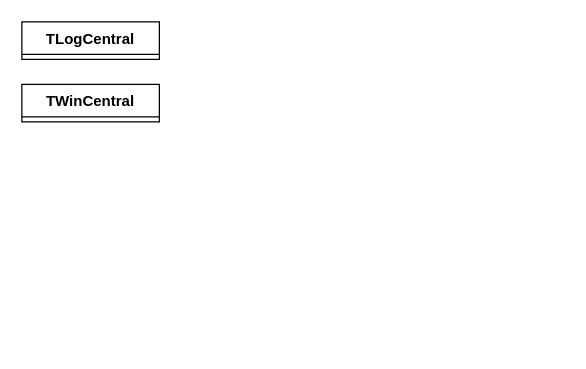
The draw.io diagram 클래스 다이어그램.drawio in dj-kai/diagram, before the edit. Source tidied: cells renumbered, new cells numbered last; positions are measured from the earlier drawing's top-left corner, leaving out a move shared by most shapes. Both pictures are drawn from the tidied source at 125%, with x=0, y=0 at pixel (21, 21).
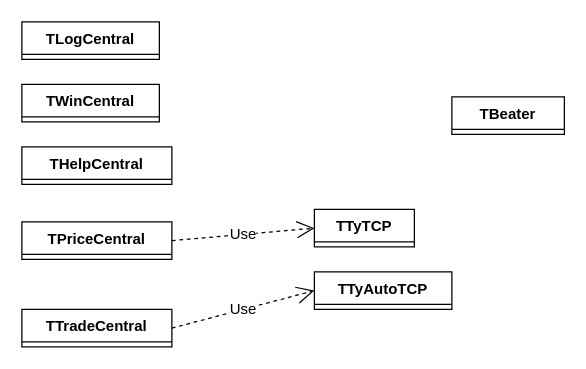
After the change.

Commit message (it also covers changes not shown here):
클래스 다이어그램.drawio 업데이트

Change to the diagram source:
```diff
@@
 <mxGraphModel>
   <root>
     <mxCell id="0" />
     <mxCell id="1" parent="0" />
     <mxCell id="2" value="TLogCentral" style="swimlane;fontStyle=1;align=center;verticalAlign=top;horizontal=1;startSize=26;strokeColor=default;fontFamily=Helvetica;fontSize=12;fontColor=default;fillColor=default;" parent="1" vertex="1" collapsed="1">
       <mxGeometry width="110" height="30" as="geometry" />
     </mxCell>
     <mxCell id="3" value="TWinCentral" style="swimlane;fontStyle=1;align=center;verticalAlign=top;horizontal=1;startSize=26;strokeColor=default;fontFamily=Helvetica;fontSize=12;fontColor=default;fillColor=default;" parent="1" vertex="1" collapsed="1">
       <mxGeometry y="50" width="110" height="30" as="geometry" />
     </mxCell>
+    <mxCell id="4" value="THelpCentral" style="swimlane;fontStyle=1;align=center;verticalAlign=top;horizontal=1;startSize=26;strokeColor=default;fontFamily=Helvetica;fontSize=12;fontColor=default;fillColor=default;" parent="1" vertex="1" collapsed="1">
+      <mxGeometry y="100" width="120" height="30" as="geometry" />
+    </mxCell>
+    <mxCell id="5" value="TPriceCentral" style="swimlane;fontStyle=1;align=center;verticalAlign=top;horizontal=1;startSize=26;strokeColor=default;fontFamily=Helvetica;fontSize=12;fontColor=default;fillColor=default;" parent="1" vertex="1" collapsed="1">
+      <mxGeometry y="160" width="120" height="30" as="geometry" />
+    </mxCell>
+    <mxCell id="6" value="TBeater" style="swimlane;fontStyle=1;align=center;verticalAlign=top;horizontal=1;startSize=26;strokeColor=default;fontFamily=Helvetica;fontSize=12;fontColor=default;fillColor=default;" parent="1" vertex="1" collapsed="1">
+      <mxGeometry x="344" y="60" width="90" height="30" as="geometry" />
+    </mxCell>
+    <mxCell id="7" value="TTradeCentral" style="swimlane;fontStyle=1;align=center;verticalAlign=top;horizontal=1;startSize=26;strokeColor=default;fontFamily=Helvetica;fontSize=12;fontColor=default;fillColor=default;" parent="1" vertex="1" collapsed="1">
+      <mxGeometry y="230" width="120" height="30" as="geometry" />
+    </mxCell>
+    <mxCell id="8" value="TTyTCP" style="swimlane;fontStyle=1;align=center;verticalAlign=top;horizontal=1;startSize=26;strokeColor=default;fontFamily=Helvetica;fontSize=12;fontColor=default;fillColor=default;" parent="1" vertex="1" collapsed="1">
+      <mxGeometry x="234" y="150" width="80" height="30" as="geometry" />
+    </mxCell>
+    <mxCell id="9" value="TTyAutoTCP" style="swimlane;fontStyle=1;align=center;verticalAlign=top;horizontal=1;startSize=26;strokeColor=default;fontFamily=Helvetica;fontSize=12;fontColor=default;fillColor=default;" parent="1" vertex="1" collapsed="1">
+      <mxGeometry x="234" y="200" width="110" height="30" as="geometry" />
+    </mxCell>
+    <mxCell id="10" value="Use" style="endArrow=open;endSize=12;dashed=1;html=1;rounded=0;fontFamily=Helvetica;fontSize=12;fontColor=default;exitX=1;exitY=0.5;exitDx=0;exitDy=0;entryX=0;entryY=0.5;entryDx=0;entryDy=0;" parent="1" edge="1" source="5" target="8">
+      <mxGeometry relative="1" as="geometry" />
+    </mxCell>
+    <mxCell id="11" value="Use" style="endArrow=open;endSize=12;dashed=1;html=1;rounded=0;fontFamily=Helvetica;fontSize=12;fontColor=default;exitX=1;exitY=0.5;exitDx=0;exitDy=0;entryX=0;entryY=0.5;entryDx=0;entryDy=0;" parent="1" edge="1" source="7" target="9">
+      <mxGeometry relative="1" as="geometry" />
+    </mxCell>
   </root>
 </mxGraphModel>
```
